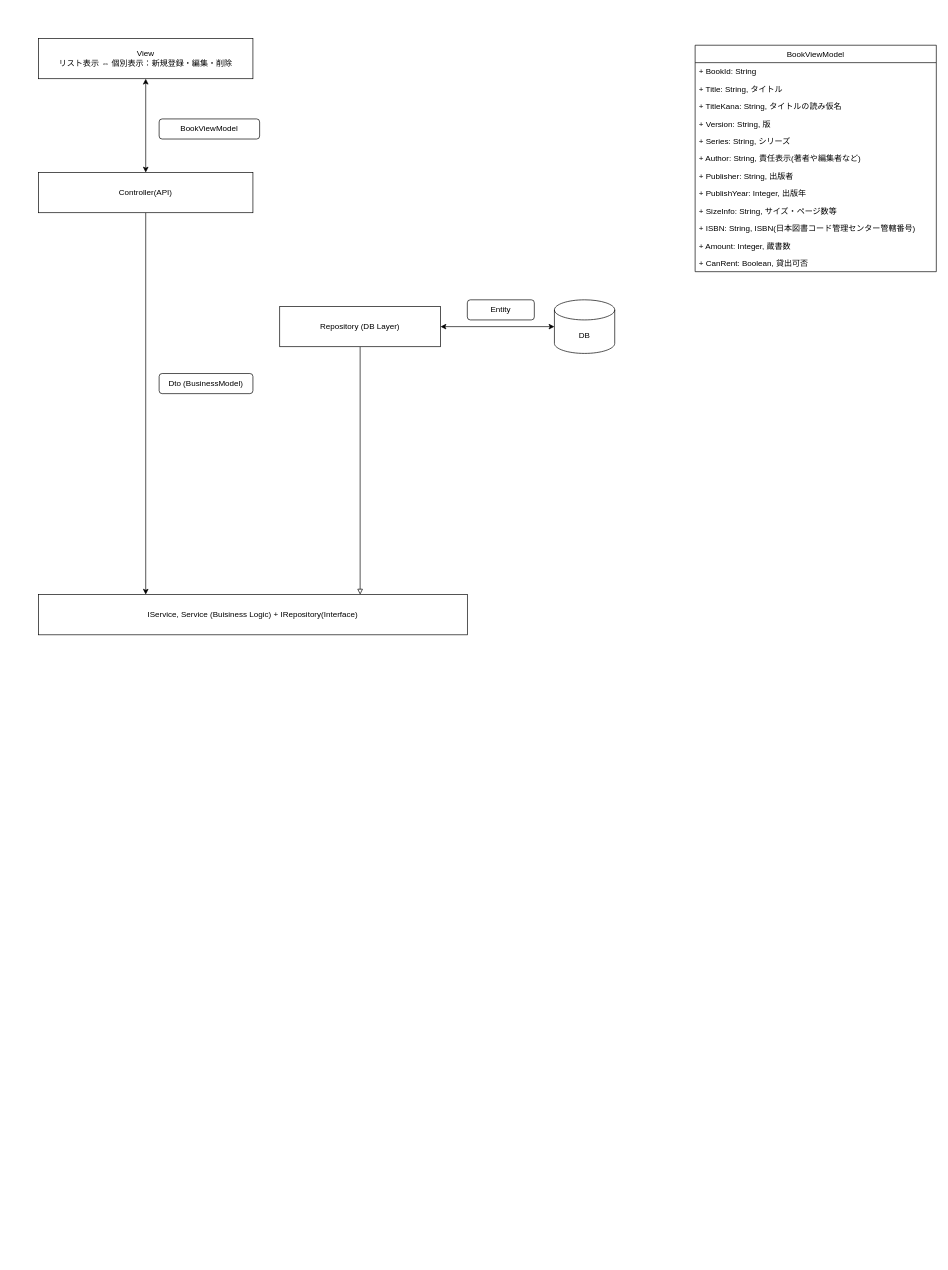
The draw.io diagram page "詳細設計" (4 of 4) of documents/練習用設計.drawio in mkuwan/spring-basic, before the edit. Source tidied: cells renumbered, new cells numbered last; positions are measured from the earlier drawing's top-left corner, leaving out a move shared by most shapes. Both pictures are drawn from the tidied source at 67%, with x=0, y=0 at pixel (38, 38).
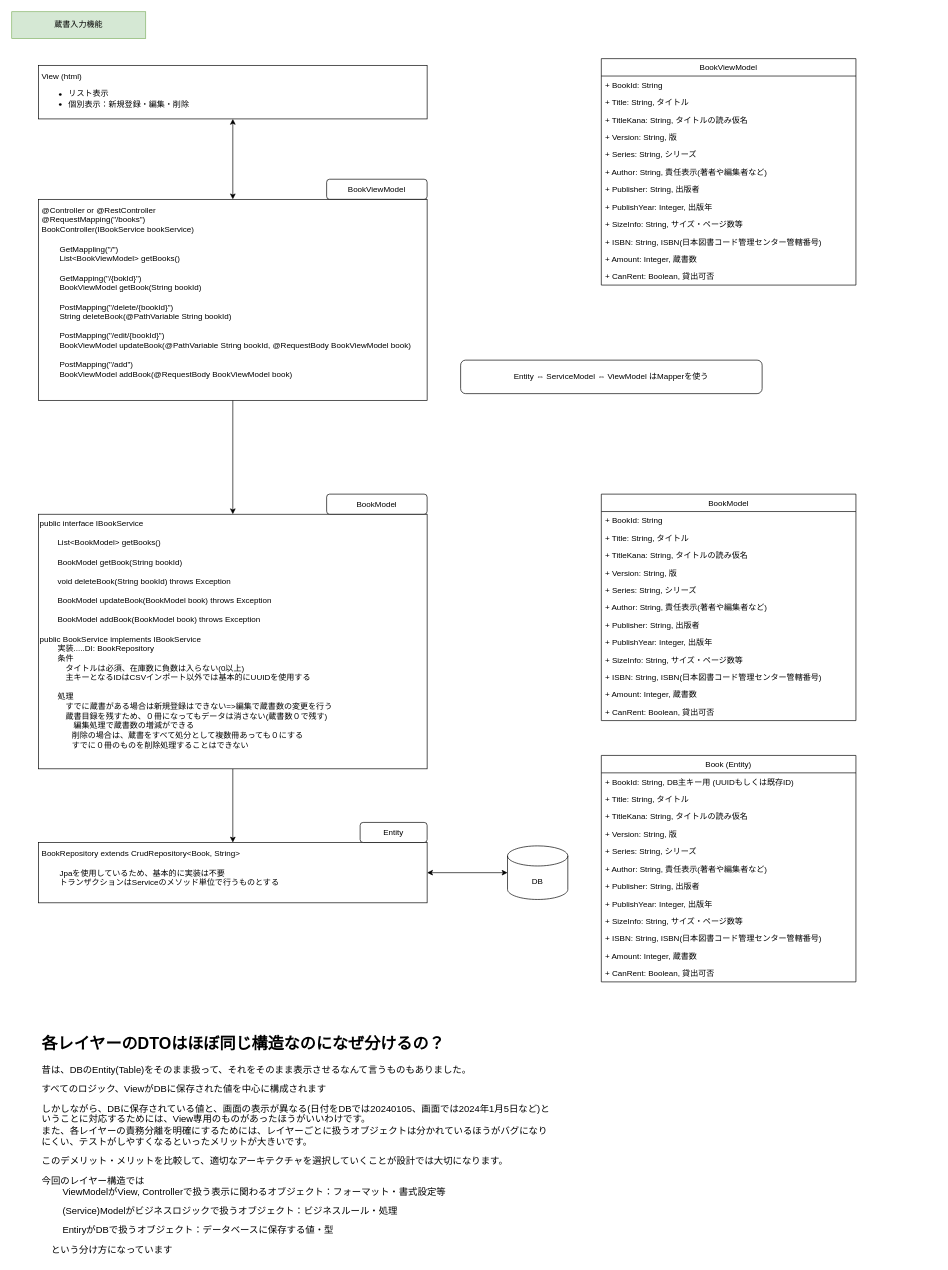
The same diagram, later.

Diff of the diagram source:
```diff
@@
-    <mxCell id="2" value="View&lt;br&gt;リスト表示 ⇔ 個別表示：新規登録・編集・削除" style="rounded=0;whiteSpace=wrap;html=1;" parent="1" vertex="1">
-      <mxGeometry width="320" height="60" as="geometry" />
+    <mxCell id="2" value="View (html)&lt;br&gt;&lt;ul&gt;&lt;li&gt;リスト表示&lt;/li&gt;&lt;li&gt;個別表示：新規登録・編集・削除&lt;/li&gt;&lt;/ul&gt;" style="rounded=0;whiteSpace=wrap;html=1;align=left;verticalAlign=top;spacing=5;" parent="1" vertex="1">
+      <mxGeometry y="40" width="580" height="80" as="geometry" />
     </mxCell>
@@
-    <mxCell id="4" style="edgeStyle=orthogonalEdgeStyle;rounded=0;jettySize=auto;html=1;entryX=0.25;entryY=0;entryDx=0;entryDy=0;startArrow=none;startFill=0;endArrow=classic;endFill=1;" parent="1" edge="1" source="5" target="7">
+    <mxCell id="4" style="edgeStyle=orthogonalEdgeStyle;rounded=0;jettySize=auto;html=1;" parent="1" edge="1" source="5" target="7">
       <mxGeometry relative="1" as="geometry" />
     </mxCell>
-    <mxCell id="5" value="Controller(API)" style="rounded=0;whiteSpace=wrap;html=1;" parent="1" vertex="1">
-      <mxGeometry y="200" width="320" height="60" as="geometry" />
+    <mxCell id="5" value="@Controller or @RestController&lt;br&gt;@RequestMapping(&quot;/books&quot;)&lt;br&gt;BookController(IBookService bookService)&lt;br&gt;&lt;br&gt;&lt;span style=&quot;white-space: pre;&quot;&gt;&#9;&lt;/span&gt;GetMappling(&quot;/&quot;)&lt;br&gt;&lt;span style=&quot;&quot;&gt;&#9;&lt;/span&gt;&lt;span style=&quot;white-space: pre;&quot;&gt;&#9;&lt;/span&gt;List&amp;lt;BookViewModel&amp;gt; getBooks()&lt;br&gt;&lt;br&gt;&lt;span style=&quot;&quot;&gt;&#9;&lt;/span&gt;&lt;span style=&quot;white-space: pre;&quot;&gt;&#9;&lt;/span&gt;GetMapping(&quot;/{bokId}&quot;)&lt;br&gt;&lt;span style=&quot;&quot;&gt;&#9;&lt;/span&gt;&lt;span style=&quot;white-space: pre;&quot;&gt;&#9;&lt;/span&gt;BookViewModel getBook(String bookId)&lt;br&gt;&lt;br&gt;&lt;span style=&quot;&quot;&gt;&#9;&lt;/span&gt;&lt;span style=&quot;white-space: pre;&quot;&gt;&#9;&lt;/span&gt;PostMapping(&quot;/delete/{bookId}&quot;)&lt;br&gt;&lt;span style=&quot;&quot;&gt;&#9;&lt;/span&gt;&lt;span style=&quot;white-space: pre;&quot;&gt;&#9;&lt;/span&gt;String deleteBook(@PathVariable String bookId)&lt;br&gt;&lt;br&gt;&lt;span style=&quot;&quot;&gt;&#9;&lt;/span&gt;&lt;span style=&quot;white-space: pre;&quot;&gt;&#9;&lt;/span&gt;PostMapping(&quot;/edit/{bookId}&quot;)&lt;br&gt;&lt;span style=&quot;&quot;&gt;&#9;&lt;/span&gt;&lt;span style=&quot;white-space: pre;&quot;&gt;&#9;&lt;/span&gt;BookViewModel updateBook(@PathVariable String bookId, @RequestBody BookViewModel book)&lt;br&gt;&lt;br&gt;&lt;span style=&quot;&quot;&gt;&#9;&lt;/span&gt;&lt;span style=&quot;white-space: pre;&quot;&gt;&#9;&lt;/span&gt;PostMapping(&quot;/add&quot;)&lt;br&gt;&lt;span style=&quot;&quot;&gt;&#9;&lt;/span&gt;&lt;span style=&quot;white-space: pre;&quot;&gt;&#9;&lt;/span&gt;BookViewModel addBook(@RequestBody BookViewModel book)" style="rounded=0;whiteSpace=wrap;html=1;verticalAlign=top;align=left;spacing=5;" parent="1" vertex="1">
+      <mxGeometry y="240" width="580" height="300" as="geometry" />
     </mxCell>
     <mxCell id="6" value="BookViewModel" style="rounded=1;whiteSpace=wrap;html=1;" parent="1" vertex="1">
-      <mxGeometry x="180" y="120" width="150" height="30" as="geometry" />
+      <mxGeometry x="430" y="210" width="150" height="30" as="geometry" />
     </mxCell>
+    <mxCell id="27" style="edgeStyle=orthogonalEdgeStyle;rounded=0;jettySize=auto;html=1;entryX=0.5;entryY=0;entryDx=0;entryDy=0;" parent="1" edge="1" source="7" target="10">
+      <mxGeometry relative="1" as="geometry" />
+    </mxCell>
-    <mxCell id="7" value="IService, Service (Buisiness Logic) + IRepository(Interface)" style="rounded=0;whiteSpace=wrap;html=1;" parent="1" vertex="1">
-      <mxGeometry y="830" width="640" height="60" as="geometry" />
+    <mxCell id="7" value="public interface IBookService&lt;br&gt;&lt;br&gt;&lt;span style=&quot;white-space: pre;&quot;&gt;&#9;&lt;/span&gt;List&amp;lt;BookModel&amp;gt; getBooks()&lt;br&gt;&lt;br&gt;&lt;span style=&quot;white-space: pre;&quot;&gt;&#9;&lt;/span&gt;BookModel getBook(String bookId)&lt;br&gt;&lt;br&gt;&lt;span style=&quot;white-space: pre;&quot;&gt;&#9;&lt;/span&gt;void deleteBook(String bookId) throws Exception&lt;br&gt;&lt;br&gt;&lt;span style=&quot;white-space: pre;&quot;&gt;&#9;&lt;/span&gt;BookModel updateBook(BookModel book) throws Exception&lt;br&gt;&lt;br&gt;&lt;span style=&quot;white-space: pre;&quot;&gt;&#9;&lt;/span&gt;BookModel addBook(BookModel book) throws Exception&lt;br&gt;&lt;br&gt;public BookService implements IBookService&lt;br&gt;&lt;span style=&quot;white-space: pre;&quot;&gt;&#9;&lt;/span&gt;実装.....DI: BookRepository&lt;br&gt;&lt;span style=&quot;white-space: pre;&quot;&gt;&#9;&lt;/span&gt;条件&lt;br&gt;&lt;span style=&quot;white-space: pre;&quot;&gt;&#9;&lt;/span&gt;　タイトルは必須、在庫数に負数は入らない(0以上)&lt;br&gt;&lt;span style=&quot;white-space: pre;&quot;&gt;&#9;&lt;/span&gt;　主キーとなるIDはCSVインポート以外では基本的にUUIDを使用する&lt;br&gt;&lt;br&gt;&lt;span style=&quot;white-space: pre;&quot;&gt;&#9;&lt;/span&gt;処理&lt;br&gt;　&lt;span style=&quot;white-space: pre;&quot;&gt;&#9;&lt;/span&gt;　すでに蔵書がある場合は新規登録はできない=&amp;gt;編集で蔵書数の変更を行う&lt;br&gt;&lt;span style=&quot;white-space: pre;&quot;&gt;&#9;&lt;/span&gt;　蔵書目録を残すため、０冊になってもデータは消さない(蔵書数０で残す)&lt;br&gt;&lt;span style=&quot;white-space: pre;&quot;&gt;&#9;&lt;/span&gt;　　編集処理で蔵書数の増減ができる&lt;br&gt;　　　　削除の場合は、蔵書をすべて処分として複数冊あっても０にする&lt;br&gt;　　　　すでに０冊のものを削除処理することはできない" style="rounded=0;whiteSpace=wrap;html=1;align=left;verticalAlign=top;" parent="1" vertex="1">
+      <mxGeometry y="710" width="580" height="380" as="geometry" />
     </mxCell>
-    <mxCell id="8" style="edgeStyle=orthogonalEdgeStyle;rounded=0;jettySize=auto;html=1;entryX=0.75;entryY=0;entryDx=0;entryDy=0;startArrow=none;startFill=0;endArrow=block;endFill=0;" parent="1" edge="1" source="10" target="7">
-      <mxGeometry relative="1" as="geometry" />
-    </mxCell>
@@
-    <mxCell id="10" value="Repository (DB Layer)" style="rounded=0;whiteSpace=wrap;html=1;" parent="1" vertex="1">
-      <mxGeometry x="360" y="400" width="240" height="60" as="geometry" />
+    <mxCell id="10" value="BookRepository extends CrudRepository&amp;lt;Book, String&amp;gt;&lt;br&gt;&lt;br&gt;&lt;span style=&quot;white-space: pre;&quot;&gt;&#9;&lt;/span&gt;Jpaを使用しているため、基本的に実装は不要&lt;br&gt;&lt;span style=&quot;white-space: pre;&quot;&gt;&#9;&lt;/span&gt;トランザクションはServiceのメソッド単位で行うものとする" style="rounded=0;whiteSpace=wrap;html=1;align=left;verticalAlign=top;spacing=5;" parent="1" vertex="1">
+      <mxGeometry y="1200" width="580" height="90" as="geometry" />
     </mxCell>
     <mxCell id="11" value="DB" style="shape=cylinder3;whiteSpace=wrap;html=1;boundedLbl=1;backgroundOutline=1;size=15;" parent="1" vertex="1">
-      <mxGeometry x="770" y="390" width="90" height="80" as="geometry" />
+      <mxGeometry x="700" y="1205" width="90" height="80" as="geometry" />
     </mxCell>
     <mxCell id="12" value="Entity" style="rounded=1;whiteSpace=wrap;html=1;" parent="1" vertex="1">
-      <mxGeometry x="640" y="390" width="100" height="30" as="geometry" />
+      <mxGeometry x="480" y="1170" width="100" height="30" as="geometry" />
     </mxCell>
-    <mxCell id="13" value="Dto (BusinessModel)" style="rounded=1;whiteSpace=wrap;html=1;" parent="1" vertex="1">
-      <mxGeometry x="180" y="500" width="140" height="30" as="geometry" />
-    </mxCell>
     <mxCell id="14" value="BookViewModel" style="swimlane;fontStyle=0;horizontal=1;startSize=26;fillColor=none;" parent="1" vertex="1">
-      <mxGeometry x="980" y="10" width="360" height="338" as="geometry" />
+      <mxGeometry x="840" y="30" width="380" height="338" as="geometry" />
     </mxCell>
     <mxCell id="15" value="+ BookId: String" style="text;strokeColor=none;fillColor=none;align=left;verticalAlign=top;spacingLeft=4;spacingRight=4;overflow=hidden;" parent="14" vertex="1">
-      <mxGeometry y="26" width="360" height="26" as="geometry" />
+      <mxGeometry y="26" width="380" height="26" as="geometry" />
     </mxCell>
     <mxCell id="16" value="+ Title: String, タイトル" style="text;strokeColor=none;fillColor=none;align=left;verticalAlign=top;spacingLeft=4;spacingRight=4;overflow=hidden;" parent="14" vertex="1">
-      <mxGeometry y="52" width="360" height="26" as="geometry" />
+      <mxGeometry y="52" width="380" height="26" as="geometry" />
     </mxCell>
     <mxCell id="17" value="+ TitleKana: String, タイトルの読み仮名" style="text;strokeColor=none;fillColor=none;align=left;verticalAlign=top;spacingLeft=4;spacingRight=4;overflow=hidden;" parent="14" vertex="1">
-      <mxGeometry y="78" width="360" height="26" as="geometry" />
+      <mxGeometry y="78" width="380" height="26" as="geometry" />
     </mxCell>
     <mxCell id="18" value="+ Version: String, 版" style="text;strokeColor=none;fillColor=none;align=left;verticalAlign=top;spacingLeft=4;spacingRight=4;overflow=hidden;" parent="14" vertex="1">
-      <mxGeometry y="104" width="360" height="26" as="geometry" />
+      <mxGeometry y="104" width="380" height="26" as="geometry" />
     </mxCell>
     <mxCell id="19" value="+ Series: String, シリーズ" style="text;strokeColor=none;fillColor=none;align=left;verticalAlign=top;spacingLeft=4;spacingRight=4;overflow=hidden;" parent="14" vertex="1">
-      <mxGeometry y="130" width="360" height="26" as="geometry" />
+      <mxGeometry y="130" width="380" height="26" as="geometry" />
     </mxCell>
     <mxCell id="20" value="+ Author: String, 責任表示(著者や編集者など)" style="text;strokeColor=none;fillColor=none;align=left;verticalAlign=top;spacingLeft=4;spacingRight=4;overflow=hidden;" parent="14" vertex="1">
-      <mxGeometry y="156" width="360" height="26" as="geometry" />
+      <mxGeometry y="156" width="380" height="26" as="geometry" />
     </mxCell>
     <mxCell id="21" value="+ Publisher: String, 出版者" style="text;strokeColor=none;fillColor=none;align=left;verticalAlign=top;spacingLeft=4;spacingRight=4;overflow=hidden;" parent="14" vertex="1">
-      <mxGeometry y="182" width="360" height="26" as="geometry" />
+      <mxGeometry y="182" width="380" height="26" as="geometry" />
     </mxCell>
     <mxCell id="22" value="+ PublishYear: Integer, 出版年" style="text;strokeColor=none;fillColor=none;align=left;verticalAlign=top;spacingLeft=4;spacingRight=4;overflow=hidden;" parent="14" vertex="1">
-      <mxGeometry y="208" width="360" height="26" as="geometry" />
+      <mxGeometry y="208" width="380" height="26" as="geometry" />
     </mxCell>
     <mxCell id="23" value="+ SizeInfo: String, サイズ・ページ数等" style="text;strokeColor=none;fillColor=none;align=left;verticalAlign=top;spacingLeft=4;spacingRight=4;overflow=hidden;" parent="14" vertex="1">
-      <mxGeometry y="234" width="360" height="26" as="geometry" />
+      <mxGeometry y="234" width="380" height="26" as="geometry" />
     </mxCell>
     <mxCell id="24" value="+ ISBN: String, ISBN(日本図書コード管理センター管轄番号)" style="text;strokeColor=none;fillColor=none;align=left;verticalAlign=top;spacingLeft=4;spacingRight=4;overflow=hidden;" parent="14" vertex="1">
-      <mxGeometry y="260" width="360" height="26" as="geometry" />
+      <mxGeometry y="260" width="380" height="26" as="geometry" />
     </mxCell>
     <mxCell id="25" value="+ Amount: Integer, 蔵書数" style="text;strokeColor=none;fillColor=none;align=left;verticalAlign=top;spacingLeft=4;spacingRight=4;overflow=hidden;" parent="14" vertex="1">
-      <mxGeometry y="286" width="360" height="26" as="geometry" />
+      <mxGeometry y="286" width="380" height="26" as="geometry" />
     </mxCell>
     <mxCell id="26" value="+ CanRent: Boolean, 貸出可否" style="text;strokeColor=none;fillColor=none;align=left;verticalAlign=top;spacingLeft=4;spacingRight=4;overflow=hidden;" parent="14" vertex="1">
-      <mxGeometry y="312" width="360" height="26" as="geometry" />
+      <mxGeometry y="312" width="380" height="26" as="geometry" />
     </mxCell>
+    <mxCell id="28" value="蔵書入力機能" style="rounded=0;whiteSpace=wrap;html=1;fillColor=#d5e8d4;strokeColor=#82b366;" parent="1" vertex="1">
+      <mxGeometry x="-40" y="-40" width="200" height="40" as="geometry" />
+    </mxCell>
+    <mxCell id="29" value="Entity ⇔ ServiceModel ⇔ ViewModel はMapperを使う" style="rounded=1;whiteSpace=wrap;html=1;" parent="1" vertex="1">
+      <mxGeometry x="630" y="480" width="450" height="50" as="geometry" />
+    </mxCell>
+    <mxCell id="30" value="Book (Entity)" style="swimlane;fontStyle=0;horizontal=1;startSize=26;fillColor=none;" parent="1" vertex="1">
+      <mxGeometry x="840" y="1070" width="380" height="338" as="geometry" />
+    </mxCell>
+    <mxCell id="31" value="+ BookId: String, DB主キー用 (UUIDもしくは既存ID)" style="text;strokeColor=none;fillColor=none;align=left;verticalAlign=top;spacingLeft=4;spacingRight=4;overflow=hidden;" parent="30" vertex="1">
+      <mxGeometry y="26" width="380" height="26" as="geometry" />
+    </mxCell>
+    <mxCell id="32" value="+ Title: String, タイトル" style="text;strokeColor=none;fillColor=none;align=left;verticalAlign=top;spacingLeft=4;spacingRight=4;overflow=hidden;" parent="30" vertex="1">
+      <mxGeometry y="52" width="380" height="26" as="geometry" />
+    </mxCell>
+    <mxCell id="33" value="+ TitleKana: String, タイトルの読み仮名" style="text;strokeColor=none;fillColor=none;align=left;verticalAlign=top;spacingLeft=4;spacingRight=4;overflow=hidden;" parent="30" vertex="1">
+      <mxGeometry y="78" width="380" height="26" as="geometry" />
+    </mxCell>
+    <mxCell id="34" value="+ Version: String, 版" style="text;strokeColor=none;fillColor=none;align=left;verticalAlign=top;spacingLeft=4;spacingRight=4;overflow=hidden;" parent="30" vertex="1">
+      <mxGeometry y="104" width="380" height="26" as="geometry" />
+    </mxCell>
+    <mxCell id="35" value="+ Series: String, シリーズ" style="text;strokeColor=none;fillColor=none;align=left;verticalAlign=top;spacingLeft=4;spacingRight=4;overflow=hidden;" parent="30" vertex="1">
+      <mxGeometry y="130" width="380" height="26" as="geometry" />
+    </mxCell>
+    <mxCell id="36" value="+ Author: String, 責任表示(著者や編集者など)" style="text;strokeColor=none;fillColor=none;align=left;verticalAlign=top;spacingLeft=4;spacingRight=4;overflow=hidden;" parent="30" vertex="1">
+      <mxGeometry y="156" width="380" height="26" as="geometry" />
+    </mxCell>
+    <mxCell id="37" value="+ Publisher: String, 出版者" style="text;strokeColor=none;fillColor=none;align=left;verticalAlign=top;spacingLeft=4;spacingRight=4;overflow=hidden;" parent="30" vertex="1">
+      <mxGeometry y="182" width="380" height="26" as="geometry" />
+    </mxCell>
+    <mxCell id="38" value="+ PublishYear: Integer, 出版年" style="text;strokeColor=none;fillColor=none;align=left;verticalAlign=top;spacingLeft=4;spacingRight=4;overflow=hidden;" parent="30" vertex="1">
+      <mxGeometry y="208" width="380" height="26" as="geometry" />
+    </mxCell>
+    <mxCell id="39" value="+ SizeInfo: String, サイズ・ページ数等" style="text;strokeColor=none;fillColor=none;align=left;verticalAlign=top;spacingLeft=4;spacingRight=4;overflow=hidden;" parent="30" vertex="1">
+      <mxGeometry y="234" width="380" height="26" as="geometry" />
+    </mxCell>
+    <mxCell id="40" value="+ ISBN: String, ISBN(日本図書コード管理センター管轄番号)" style="text;strokeColor=none;fillColor=none;align=left;verticalAlign=top;spacingLeft=4;spacingRight=4;overflow=hidden;" parent="30" vertex="1">
+      <mxGeometry y="260" width="380" height="26" as="geometry" />
+    </mxCell>
+    <mxCell id="41" value="+ Amount: Integer, 蔵書数" style="text;strokeColor=none;fillColor=none;align=left;verticalAlign=top;spacingLeft=4;spacingRight=4;overflow=hidden;" parent="30" vertex="1">
+      <mxGeometry y="286" width="380" height="26" as="geometry" />
+    </mxCell>
+    <mxCell id="42" value="+ CanRent: Boolean, 貸出可否" style="text;strokeColor=none;fillColor=none;align=left;verticalAlign=top;spacingLeft=4;spacingRight=4;overflow=hidden;" parent="30" vertex="1">
+      <mxGeometry y="312" width="380" height="26" as="geometry" />
+    </mxCell>
+    <mxCell id="43" value="BookModel" style="rounded=1;whiteSpace=wrap;html=1;" parent="1" vertex="1">
+      <mxGeometry x="430" y="680" width="150" height="30" as="geometry" />
+    </mxCell>
+    <mxCell id="44" value="BookModel" style="swimlane;fontStyle=0;horizontal=1;startSize=26;fillColor=none;" parent="1" vertex="1">
+      <mxGeometry x="840" y="680" width="380" height="338" as="geometry" />
+    </mxCell>
+    <mxCell id="45" value="+ BookId: String" style="text;strokeColor=none;fillColor=none;align=left;verticalAlign=top;spacingLeft=4;spacingRight=4;overflow=hidden;" parent="44" vertex="1">
+      <mxGeometry y="26" width="380" height="26" as="geometry" />
+    </mxCell>
+    <mxCell id="46" value="+ Title: String, タイトル" style="text;strokeColor=none;fillColor=none;align=left;verticalAlign=top;spacingLeft=4;spacingRight=4;overflow=hidden;" parent="44" vertex="1">
+      <mxGeometry y="52" width="380" height="26" as="geometry" />
+    </mxCell>
+    <mxCell id="47" value="+ TitleKana: String, タイトルの読み仮名" style="text;strokeColor=none;fillColor=none;align=left;verticalAlign=top;spacingLeft=4;spacingRight=4;overflow=hidden;" parent="44" vertex="1">
+      <mxGeometry y="78" width="380" height="26" as="geometry" />
+    </mxCell>
+    <mxCell id="48" value="+ Version: String, 版" style="text;strokeColor=none;fillColor=none;align=left;verticalAlign=top;spacingLeft=4;spacingRight=4;overflow=hidden;" parent="44" vertex="1">
+      <mxGeometry y="104" width="380" height="26" as="geometry" />
+    </mxCell>
+    <mxCell id="49" value="+ Series: String, シリーズ" style="text;strokeColor=none;fillColor=none;align=left;verticalAlign=top;spacingLeft=4;spacingRight=4;overflow=hidden;" parent="44" vertex="1">
+      <mxGeometry y="130" width="380" height="26" as="geometry" />
+    </mxCell>
+    <mxCell id="50" value="+ Author: String, 責任表示(著者や編集者など)" style="text;strokeColor=none;fillColor=none;align=left;verticalAlign=top;spacingLeft=4;spacingRight=4;overflow=hidden;" parent="44" vertex="1">
+      <mxGeometry y="156" width="380" height="26" as="geometry" />
+    </mxCell>
+    <mxCell id="51" value="+ Publisher: String, 出版者" style="text;strokeColor=none;fillColor=none;align=left;verticalAlign=top;spacingLeft=4;spacingRight=4;overflow=hidden;" parent="44" vertex="1">
+      <mxGeometry y="182" width="380" height="26" as="geometry" />
+    </mxCell>
+    <mxCell id="52" value="+ PublishYear: Integer, 出版年" style="text;strokeColor=none;fillColor=none;align=left;verticalAlign=top;spacingLeft=4;spacingRight=4;overflow=hidden;" parent="44" vertex="1">
+      <mxGeometry y="208" width="380" height="26" as="geometry" />
+    </mxCell>
+    <mxCell id="53" value="+ SizeInfo: String, サイズ・ページ数等" style="text;strokeColor=none;fillColor=none;align=left;verticalAlign=top;spacingLeft=4;spacingRight=4;overflow=hidden;" parent="44" vertex="1">
+      <mxGeometry y="234" width="380" height="26" as="geometry" />
+    </mxCell>
+    <mxCell id="54" value="+ ISBN: String, ISBN(日本図書コード管理センター管轄番号)" style="text;strokeColor=none;fillColor=none;align=left;verticalAlign=top;spacingLeft=4;spacingRight=4;overflow=hidden;" parent="44" vertex="1">
+      <mxGeometry y="260" width="380" height="26" as="geometry" />
+    </mxCell>
+    <mxCell id="55" value="+ Amount: Integer, 蔵書数" style="text;strokeColor=none;fillColor=none;align=left;verticalAlign=top;spacingLeft=4;spacingRight=4;overflow=hidden;" parent="44" vertex="1">
+      <mxGeometry y="286" width="380" height="26" as="geometry" />
+    </mxCell>
+    <mxCell id="56" value="+ CanRent: Boolean, 貸出可否" style="text;strokeColor=none;fillColor=none;align=left;verticalAlign=top;spacingLeft=4;spacingRight=4;overflow=hidden;" parent="44" vertex="1">
+      <mxGeometry y="312" width="380" height="26" as="geometry" />
+    </mxCell>
+    <mxCell id="57" value="&lt;h1&gt;各レイヤーのDTOはほぼ同じ構造なのになぜ分けるの？&lt;/h1&gt;&lt;p&gt;&lt;font style=&quot;font-size: 14px;&quot;&gt;昔は、DBのEntity(Table)をそのまま扱って、それをそのまま表示させるなんて言うものもありました。&lt;/font&gt;&lt;/p&gt;&lt;p&gt;&lt;span style=&quot;font-size: 14px;&quot;&gt;すべてのロジック、ViewがDBに保存された値を中心に構成されます&lt;/span&gt;&lt;/p&gt;&lt;p&gt;&lt;span style=&quot;font-size: 14px;&quot;&gt;しかしながら、DBに保存されている値と、画面の表示が異なる(日付をDBでは20240105、画面では2024年1月5日など)ということに対応するためには、View専用のものがあったほうがいいわけです。&lt;br&gt;また、各レイヤーの責務分離を明確にするためには、レイヤーごとに扱うオブジェクトは分かれているほうがバグになりにくい、テストがしやすくなるといったメリットが大きいです。&lt;/span&gt;&lt;/p&gt;&lt;p&gt;&lt;span style=&quot;font-size: 14px;&quot;&gt;このデメリット・メリットを比較して、適切なアーキテクチャを選択していくことが設計では大切になります。&lt;/span&gt;&lt;/p&gt;&lt;p&gt;&lt;span style=&quot;font-size: 14px;&quot;&gt;今回のレイヤー構造では&lt;br&gt;&lt;span style=&quot;white-space: pre;&quot;&gt;&#9;&lt;/span&gt;ViewModelがView, Controllerで扱う表示に関わるオブジェクト：フォーマット・書式設定等&lt;/span&gt;&lt;/p&gt;&lt;p&gt;&lt;span style=&quot;font-size: 14px;&quot;&gt;&lt;span style=&quot;white-space: pre;&quot;&gt;&#9;&lt;/span&gt;(Service)Modelがビジネスロジックで扱うオブジェクト：ビジネスルール・処理&lt;/span&gt;&lt;/p&gt;&lt;p&gt;&lt;span style=&quot;font-size: 14px;&quot;&gt;&lt;span style=&quot;white-space: pre;&quot;&gt;&#9;&lt;/span&gt;EntiryがDBで扱うオブジェクト：データベースに保存する値・型&lt;/span&gt;&lt;/p&gt;&lt;p&gt;&lt;span style=&quot;font-size: 14px;&quot;&gt;　という分け方になっています&lt;/span&gt;&lt;/p&gt;&lt;p&gt;&lt;span style=&quot;font-size: 14px;&quot;&gt;&lt;br&gt;&lt;/span&gt;&lt;/p&gt;" style="text;html=1;strokeColor=none;fillColor=none;spacing=5;spacingTop=-20;whiteSpace=wrap;overflow=hidden;rounded=0;" parent="1" vertex="1">
+      <mxGeometry y="1480" width="770" height="340" as="geometry" />
+    </mxCell>
```
